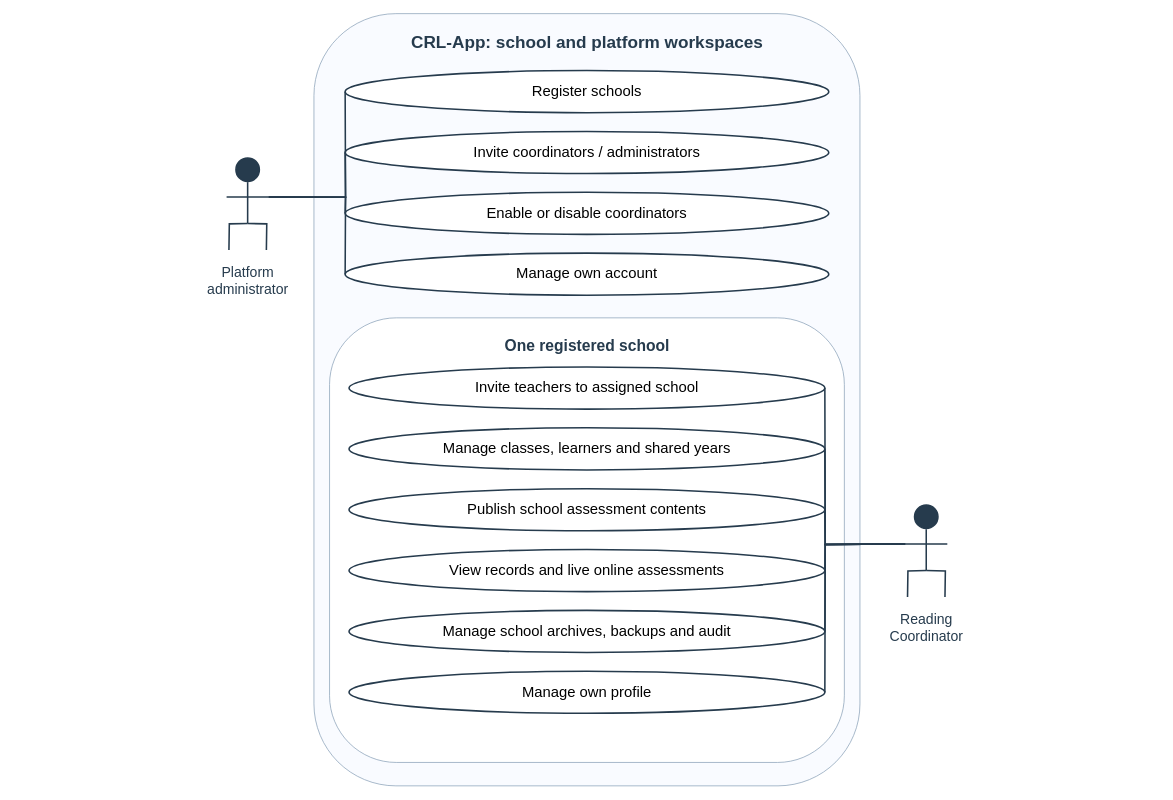
This is docs/diagrams/class-workspaces/figure-07-admin-use-cases.drawio from AkuSayangKamuJudaSayang/crl-app, a draw.io file, before an edit. Source tidied: cells renumbered, new cells numbered last; positions are measured from the earlier drawing's top-left corner, leaving out a move shared by most shapes. Both pictures are drawn from the tidied source at 78%, with x=0, y=0 at pixel (13, 13).
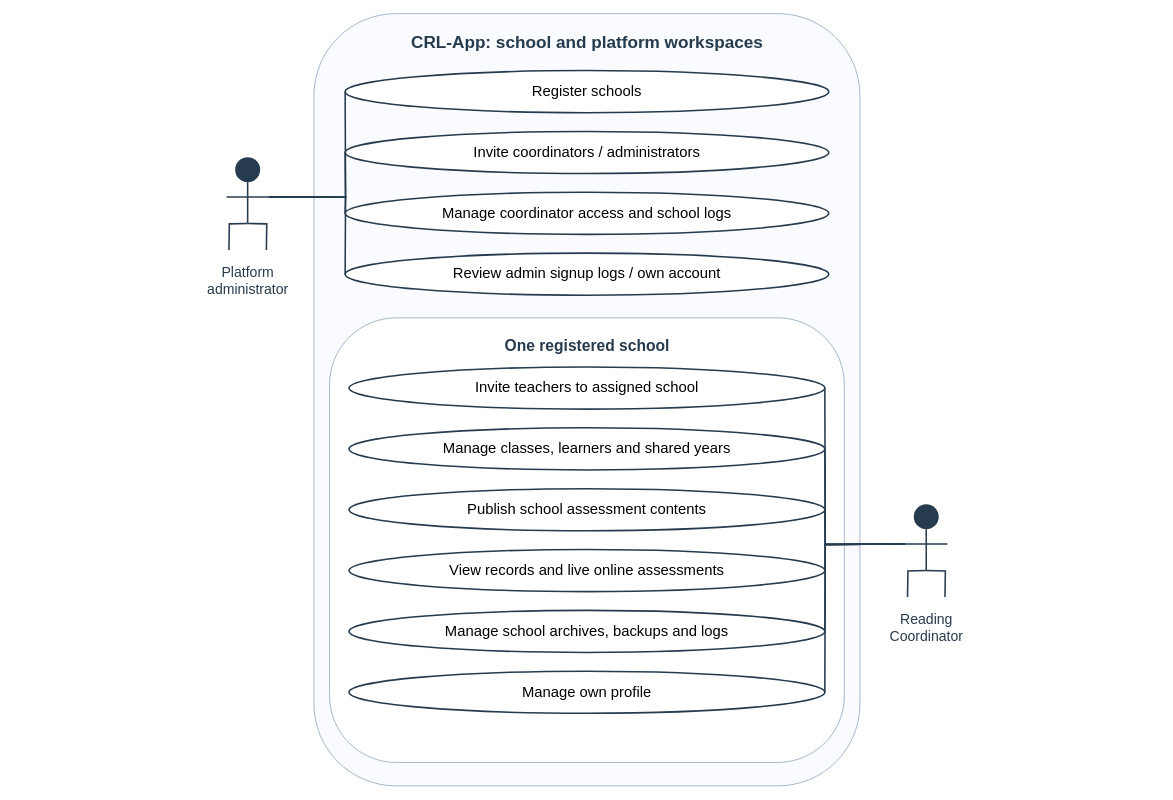
The same diagram, later.

Change to the diagram source:
```diff
@@
-    <mxCell id="8" value="Enable or disable coordinators" style="rounded=1;whiteSpace=wrap;html=1;fillColor=#ffffff;strokeColor=#263b4d;strokeWidth=2;fontSize=19;shape=ellipse;" parent="1" vertex="1">
+    <mxCell id="8" value="Manage coordinator access and school logs" style="rounded=1;whiteSpace=wrap;html=1;fillColor=#ffffff;strokeColor=#263b4d;strokeWidth=2;fontSize=19;shape=ellipse;" parent="1" vertex="1">
       <mxGeometry x="425" y="229" width="620" height="54" as="geometry" />
     </mxCell>
-    <mxCell id="9" value="Manage own account" style="rounded=1;whiteSpace=wrap;html=1;fillColor=#ffffff;strokeColor=#263b4d;strokeWidth=2;fontSize=19;shape=ellipse;" parent="1" vertex="1">
+    <mxCell id="9" value="Review admin signup logs / own account" style="rounded=1;whiteSpace=wrap;html=1;fillColor=#ffffff;strokeColor=#263b4d;strokeWidth=2;fontSize=19;shape=ellipse;" parent="1" vertex="1">
       <mxGeometry x="425" y="307" width="620" height="54" as="geometry" />
     </mxCell>
@@
-    <mxCell id="18" value="Manage school archives, backups and audit" style="rounded=1;whiteSpace=wrap;html=1;fillColor=#ffffff;strokeColor=#263b4d;strokeWidth=2;fontSize=19;shape=ellipse;" parent="1" vertex="1">
+    <mxCell id="18" value="Manage school archives, backups and logs" style="rounded=1;whiteSpace=wrap;html=1;fillColor=#ffffff;strokeColor=#263b4d;strokeWidth=2;fontSize=19;shape=ellipse;" parent="1" vertex="1">
       <mxGeometry x="430" y="765" width="610" height="54" as="geometry" />
     </mxCell>
```
